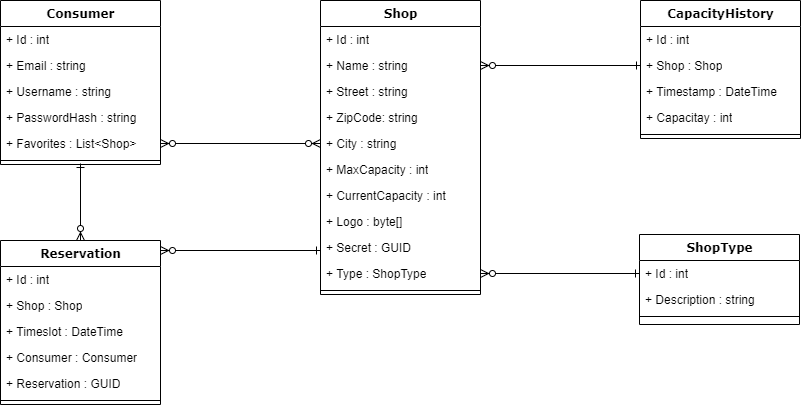
This is images/domain-model.png from seinol/capwatch-documentation, a draw.io export, as it was before one commit. Source tidied: cells renumbered, new cells last; positions are measured from the earlier drawing's top-left corner, leaving out a move shared by most shapes.
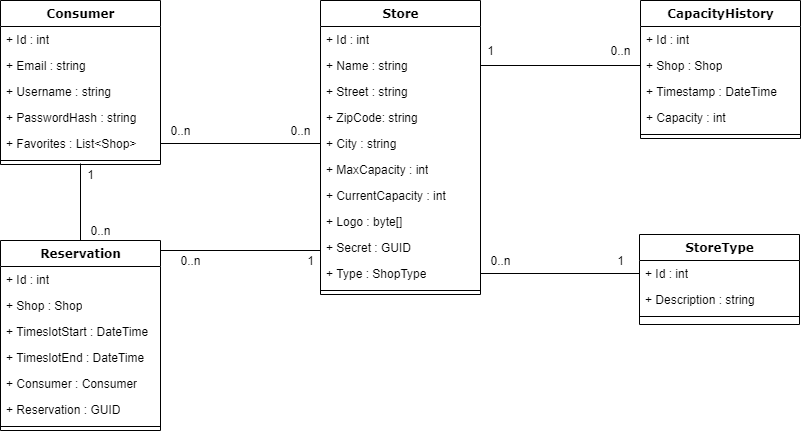
The same file after the commit.

Change to the diagram source:
```diff
@@ -2,7 +2,7 @@
   <root>
     <mxCell id="0" />
     <mxCell id="1" parent="0" />
-    <mxCell id="2" value="Shop" style="swimlane;html=1;fontStyle=1;align=center;verticalAlign=top;horizontal=1;startSize=26;swimlaneFillColor=#ffffff;rounded=0;shadow=0;comic=0;labelBackgroundColor=none;strokeWidth=1;fillColor=none;fontFamily=Verdana;fontSize=12;" parent="1" vertex="1">
+    <mxCell id="2" value="Store" style="swimlane;html=1;fontStyle=1;align=center;verticalAlign=top;horizontal=1;startSize=26;swimlaneFillColor=#ffffff;rounded=0;shadow=0;comic=0;labelBackgroundColor=none;strokeWidth=1;fillColor=none;fontFamily=Verdana;fontSize=12;" parent="1" vertex="1">
       <mxGeometry x="320" width="160" height="294" as="geometry" />
     </mxCell>
     <mxCell id="3" value="+ Id : int" style="text;html=1;strokeColor=none;fillColor=none;align=left;verticalAlign=top;spacingLeft=4;spacingRight=4;whiteSpace=wrap;overflow=hidden;" parent="2" vertex="1">
@@ -59,7 +59,7 @@
     <mxCell id="20" style="line;html=1;strokeWidth=1;fillColor=none;align=left;verticalAlign=middle;spacingTop=-1;spacingLeft=3;spacingRight=3;labelPosition=right;points=[];portConstraint=eastwest;" parent="14" vertex="1">
       <mxGeometry y="156" width="160" height="8" as="geometry" />
     </mxCell>
-    <mxCell id="21" style="endArrow=ERzeroToMany;html=1;exitX=1;exitY=0.5;exitDx=0;exitDy=0;entryX=0;entryY=0.5;entryDx=0;entryDy=0;startArrow=ERzeroToMany;startFill=1;endFill=1;" parent="1" edge="1" source="19" target="7">
+    <mxCell id="21" style="endArrow=none;html=1;exitX=1;exitY=0.5;exitDx=0;exitDy=0;entryX=0;entryY=0.5;entryDx=0;entryDy=0;startArrow=none;startFill=0;endFill=0;" parent="1" edge="1" source="19" target="7">
       <mxGeometry relative="1" as="geometry" />
     </mxCell>
     <mxCell id="22" value="CapacityHistory" style="swimlane;html=1;fontStyle=1;align=center;verticalAlign=top;horizontal=1;startSize=26;swimlaneFillColor=#ffffff;rounded=0;shadow=0;comic=0;labelBackgroundColor=none;strokeWidth=1;fillColor=none;fontFamily=Verdana;fontSize=12;" parent="1" vertex="1">
@@ -74,17 +74,17 @@
     <mxCell id="25" value="+ Timestamp : DateTime" style="text;html=1;strokeColor=none;fillColor=none;align=left;verticalAlign=top;spacingLeft=4;spacingRight=4;whiteSpace=wrap;overflow=hidden;" parent="22" vertex="1">
       <mxGeometry y="78" width="160" height="26" as="geometry" />
     </mxCell>
-    <mxCell id="26" value="+ Capacitay : int" style="text;html=1;strokeColor=none;fillColor=none;align=left;verticalAlign=top;spacingLeft=4;spacingRight=4;whiteSpace=wrap;overflow=hidden;" parent="22" vertex="1">
+    <mxCell id="26" value="+ Capacity : int" style="text;html=1;strokeColor=none;fillColor=none;align=left;verticalAlign=top;spacingLeft=4;spacingRight=4;whiteSpace=wrap;overflow=hidden;" parent="22" vertex="1">
       <mxGeometry y="104" width="160" height="26" as="geometry" />
     </mxCell>
     <mxCell id="27" style="line;html=1;strokeWidth=1;fillColor=none;align=left;verticalAlign=middle;spacingTop=-1;spacingLeft=3;spacingRight=3;labelPosition=right;" parent="22" vertex="1">
       <mxGeometry y="130" width="160" height="8" as="geometry" />
     </mxCell>
-    <mxCell id="28" style="endArrow=ERzeroToMany;html=1;exitX=0;exitY=0.5;exitDx=0;exitDy=0;entryX=1;entryY=0.5;entryDx=0;entryDy=0;startArrow=ERone;startFill=0;endFill=1;" parent="1" edge="1" source="24" target="4">
+    <mxCell id="28" style="endArrow=none;html=1;exitX=0;exitY=0.5;exitDx=0;exitDy=0;entryX=1;entryY=0.5;entryDx=0;entryDy=0;startArrow=none;startFill=0;endFill=0;" parent="1" edge="1" source="24" target="4">
       <mxGeometry relative="1" as="geometry" />
     </mxCell>
     <mxCell id="29" value="Reservation" style="swimlane;html=1;fontStyle=1;align=center;verticalAlign=top;horizontal=1;startSize=26;swimlaneFillColor=#ffffff;rounded=0;shadow=0;comic=0;labelBackgroundColor=none;strokeWidth=1;fillColor=none;fontFamily=Verdana;fontSize=12;" parent="1" vertex="1">
-      <mxGeometry y="240" width="160" height="164" as="geometry" />
+      <mxGeometry y="240" width="160" height="190" as="geometry" />
     </mxCell>
     <mxCell id="30" value="+ Id : int" style="text;html=1;strokeColor=none;fillColor=none;align=left;verticalAlign=top;spacingLeft=4;spacingRight=4;whiteSpace=wrap;overflow=hidden;" parent="29" vertex="1">
       <mxGeometry y="26" width="160" height="26" as="geometry" />
@@ -92,28 +92,31 @@
     <mxCell id="31" value="+ Shop : Shop" style="text;html=1;strokeColor=none;fillColor=none;align=left;verticalAlign=top;spacingLeft=4;spacingRight=4;whiteSpace=wrap;overflow=hidden;" parent="29" vertex="1">
       <mxGeometry y="52" width="160" height="26" as="geometry" />
     </mxCell>
-    <mxCell id="32" value="+ Timeslot : DateTime" style="text;html=1;strokeColor=none;fillColor=none;align=left;verticalAlign=top;spacingLeft=4;spacingRight=4;whiteSpace=wrap;overflow=hidden;" parent="29" vertex="1">
+    <mxCell id="32" value="+ TimeslotStart : DateTime" style="text;html=1;strokeColor=none;fillColor=none;align=left;verticalAlign=top;spacingLeft=4;spacingRight=4;whiteSpace=wrap;overflow=hidden;" parent="29" vertex="1">
       <mxGeometry y="78" width="160" height="26" as="geometry" />
     </mxCell>
+    <mxCell id="43" value="+ TimeslotEnd : DateTime" style="text;html=1;strokeColor=none;fillColor=none;align=left;verticalAlign=top;spacingLeft=4;spacingRight=4;whiteSpace=wrap;overflow=hidden;" parent="29" vertex="1">
+      <mxGeometry y="104" width="160" height="26" as="geometry" />
+    </mxCell>
     <mxCell id="33" value="+ Consumer : Consumer" style="text;html=1;strokeColor=none;fillColor=none;align=left;verticalAlign=top;spacingLeft=4;spacingRight=4;whiteSpace=wrap;overflow=hidden;" parent="29" vertex="1">
-      <mxGeometry y="104" width="160" height="26" as="geometry" />
+      <mxGeometry y="130" width="160" height="26" as="geometry" />
     </mxCell>
     <mxCell id="34" value="+ Reservation : GUID" style="text;html=1;strokeColor=none;fillColor=none;align=left;verticalAlign=top;spacingLeft=4;spacingRight=4;whiteSpace=wrap;overflow=hidden;" parent="29" vertex="1">
-      <mxGeometry y="130" width="160" height="26" as="geometry" />
+      <mxGeometry y="156" width="160" height="26" as="geometry" />
     </mxCell>
     <mxCell id="35" style="line;html=1;strokeWidth=1;fillColor=none;align=left;verticalAlign=middle;spacingTop=-1;spacingLeft=3;spacingRight=3;labelPosition=right;" parent="29" vertex="1">
-      <mxGeometry y="156" width="160" height="8" as="geometry" />
+      <mxGeometry y="182" width="160" height="8" as="geometry" />
     </mxCell>
-    <mxCell id="36" style="endArrow=ERone;html=1;exitX=1;exitY=0.5;exitDx=0;exitDy=0;entryX=0;entryY=0.5;entryDx=0;entryDy=0;endFill=0;startArrow=ERzeroToMany;startFill=1;" parent="1" edge="1">
+    <mxCell id="36" style="endArrow=none;html=1;exitX=1;exitY=0.5;exitDx=0;exitDy=0;entryX=0;entryY=0.5;entryDx=0;entryDy=0;endFill=0;startArrow=none;startFill=0;" parent="1" edge="1">
       <mxGeometry relative="1" as="geometry">
         <mxPoint x="160" y="250" as="sourcePoint" />
         <mxPoint x="320" y="250" as="targetPoint" />
       </mxGeometry>
     </mxCell>
-    <mxCell id="37" style="endArrow=ERone;html=1;exitX=0.5;exitY=0;exitDx=0;exitDy=0;entryX=0.5;entryY=0.875;entryDx=0;entryDy=0;entryPerimeter=0;endFill=0;startArrow=ERzeroToMany;startFill=1;" parent="1" edge="1" source="29" target="20">
+    <mxCell id="37" style="endArrow=none;html=1;exitX=0.5;exitY=0;exitDx=0;exitDy=0;entryX=0.5;entryY=0.875;entryDx=0;entryDy=0;entryPerimeter=0;endFill=0;startArrow=none;startFill=0;" parent="1" edge="1" source="29" target="20">
       <mxGeometry relative="1" as="geometry" />
     </mxCell>
-    <mxCell id="38" value="ShopType" style="swimlane;html=1;fontStyle=1;align=center;verticalAlign=top;horizontal=1;startSize=26;swimlaneFillColor=#ffffff;rounded=0;shadow=0;comic=0;labelBackgroundColor=none;strokeWidth=1;fillColor=none;fontFamily=Verdana;fontSize=12;" parent="1" vertex="1">
+    <mxCell id="38" value="StoreType" style="swimlane;html=1;fontStyle=1;align=center;verticalAlign=top;horizontal=1;startSize=26;swimlaneFillColor=#ffffff;rounded=0;shadow=0;comic=0;labelBackgroundColor=none;strokeWidth=1;fillColor=none;fontFamily=Verdana;fontSize=12;" parent="1" vertex="1">
       <mxGeometry x="639" y="234" width="160" height="90" as="geometry" />
     </mxCell>
     <mxCell id="39" value="+ Id : int" style="text;html=1;strokeColor=none;fillColor=none;align=left;verticalAlign=top;spacingLeft=4;spacingRight=4;whiteSpace=wrap;overflow=hidden;points=[[0,0.5],[1,0.5]];portConstraint=eastwest;" parent="38" vertex="1">
@@ -125,8 +128,38 @@
     <mxCell id="41" style="line;html=1;strokeWidth=1;fillColor=none;align=left;verticalAlign=middle;spacingTop=-1;spacingLeft=3;spacingRight=3;labelPosition=right;" parent="38" vertex="1">
       <mxGeometry y="78" width="160" height="8" as="geometry" />
     </mxCell>
-    <mxCell id="42" style="endArrow=ERzeroToMany;html=1;exitX=0;exitY=0.5;exitDx=0;exitDy=0;entryX=1;entryY=0.5;entryDx=0;entryDy=0;startArrow=ERone;startFill=0;endFill=1;" parent="1" edge="1" source="39" target="12">
+    <mxCell id="42" style="endArrow=none;html=1;exitX=0;exitY=0.5;exitDx=0;exitDy=0;entryX=1;entryY=0.5;entryDx=0;entryDy=0;startArrow=none;startFill=0;endFill=0;" parent="1" edge="1" source="39" target="12">
       <mxGeometry relative="1" as="geometry" />
     </mxCell>
+    <mxCell id="44" value="1" style="text;html=1;align=center;verticalAlign=middle;" parent="1" vertex="1">
+      <mxGeometry x="80" y="164" width="20" height="20" as="geometry" />
+    </mxCell>
+    <mxCell id="45" value="0..n" style="text;html=1;align=center;verticalAlign=middle;" parent="1" vertex="1">
+      <mxGeometry x="80" y="220" width="40" height="20" as="geometry" />
+    </mxCell>
+    <mxCell id="46" value="0..n" style="text;html=1;align=center;verticalAlign=middle;" parent="1" vertex="1">
+      <mxGeometry x="160" y="120" width="40" height="20" as="geometry" />
+    </mxCell>
+    <mxCell id="47" value="0..n" style="text;html=1;align=center;verticalAlign=middle;" parent="1" vertex="1">
+      <mxGeometry x="280" y="120" width="40" height="20" as="geometry" />
+    </mxCell>
+    <mxCell id="48" value="0..n" style="text;html=1;align=center;verticalAlign=middle;" parent="1" vertex="1">
+      <mxGeometry x="170" y="250" width="40" height="20" as="geometry" />
+    </mxCell>
+    <mxCell id="49" value="1" style="text;html=1;align=center;verticalAlign=middle;" parent="1" vertex="1">
+      <mxGeometry x="300" y="250" width="20" height="20" as="geometry" />
+    </mxCell>
+    <mxCell id="50" value="0..n" style="text;html=1;align=center;verticalAlign=middle;" parent="1" vertex="1">
+      <mxGeometry x="600" y="40" width="40" height="20" as="geometry" />
+    </mxCell>
+    <mxCell id="51" value="1" style="text;html=1;align=center;verticalAlign=middle;" parent="1" vertex="1">
+      <mxGeometry x="480" y="40" width="20" height="20" as="geometry" />
+    </mxCell>
+    <mxCell id="52" value="1" style="text;html=1;align=center;verticalAlign=middle;" parent="1" vertex="1">
+      <mxGeometry x="610" y="250" width="20" height="20" as="geometry" />
+    </mxCell>
+    <mxCell id="53" value="0..n" style="text;html=1;align=center;verticalAlign=middle;" parent="1" vertex="1">
+      <mxGeometry x="480" y="250" width="40" height="20" as="geometry" />
+    </mxCell>
   </root>
 </mxGraphModel>
```
